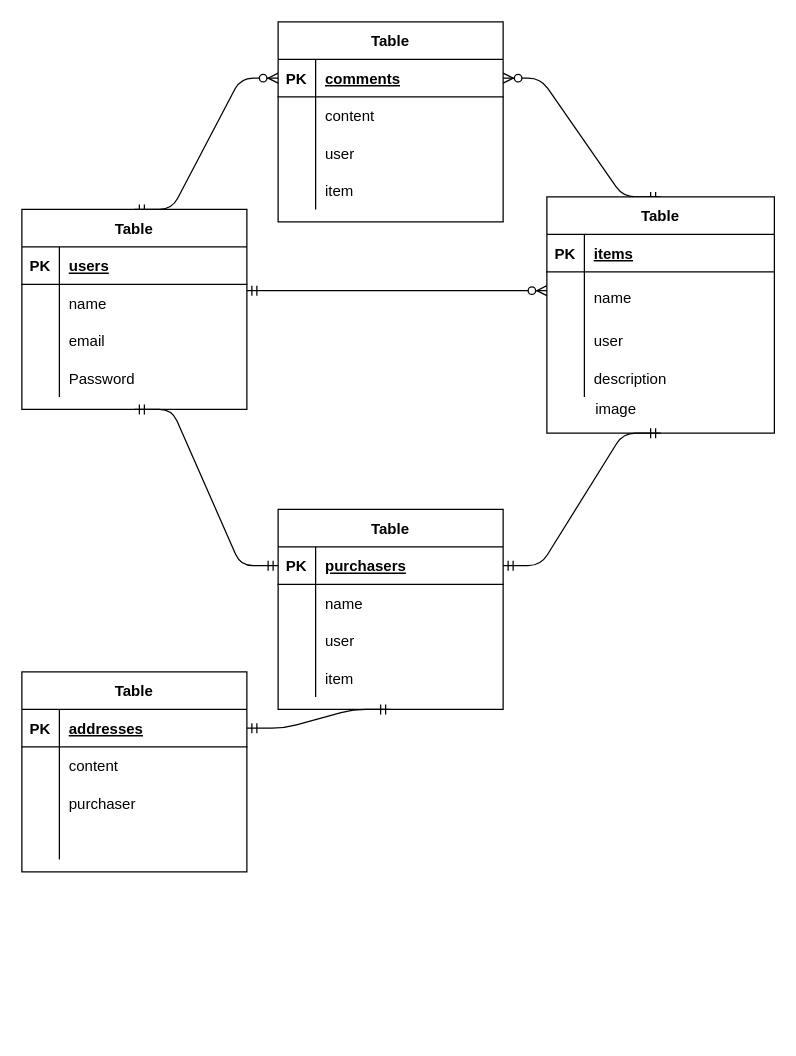
Rick0317/furima-36668 keeps this draw.io diagram as test.drawio. Above is the earlier version. Source tidied: cells renumbered, new cells numbered last; positions are measured from the earlier drawing's top-left corner, leaving out a move shared by most shapes. Both pictures are drawn from the tidied source at 125%, with x=0, y=0 at pixel (21, 21).
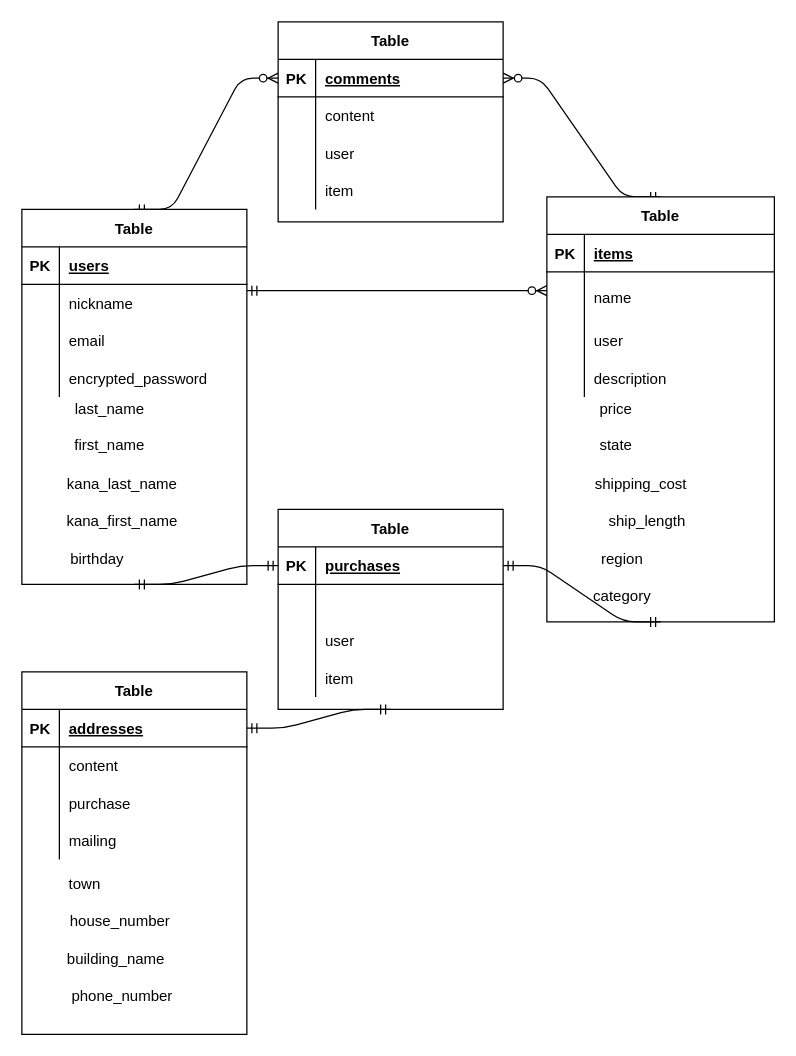
The same diagram, later.

The change refers to these unchanged cells:
```xml
<mxCell id="12" style="shape=partialRectangle;fillColor=none;top=0;left=0;bottom=0;right=0;" parent="8" vertex="1">
  <mxGeometry y="60" width="180" height="30" as="geometry" />
</mxCell>
<mxCell id="18" style="shape=partialRectangle;fillColor=none;top=0;left=0;bottom=0;right=0;" parent="8" vertex="1">
  <mxGeometry y="120" width="180" height="30" as="geometry" />
</mxCell>
<mxCell id="48" style="shape=partialRectangle;fillColor=none;top=0;left=0;bottom=1;right=0;points=[[0,0.5],[1,0.5]];portConstraint=eastwest;" parent="47" vertex="1">
  <mxGeometry y="30" width="180" height="30" as="geometry" />
</mxCell>
<mxCell id="51" style="shape=partialRectangle;fillColor=none;top=0;left=0;bottom=0;right=0;" parent="47" vertex="1">
  <mxGeometry y="60" width="180" height="30" as="geometry" />
</mxCell>
<mxCell id="67" style="shape=partialRectangle;fillColor=none;top=0;left=0;bottom=0;right=0;" parent="60" vertex="1">
  <mxGeometry y="90" width="180" height="30" as="geometry" />
</mxCell>
<mxCell id="70" style="shape=partialRectangle;fillColor=none;top=0;left=0;bottom=0;right=0;" parent="60" vertex="1">
  <mxGeometry y="120" width="180" height="30" as="geometry" />
</mxCell>
```

Change to the diagram source:
```diff
@@
     <mxCell id="8" value="Table" style="shape=table;startSize=30;childLayout=tableLayout;rowLines=0;fontStyle=1;align=center;" parent="1" vertex="1">
-      <mxGeometry y="150" width="180" height="160" as="geometry" />
+      <mxGeometry y="150" width="180" height="300" as="geometry" />
     </mxCell>
@@
-    <mxCell id="14" value="name" style="shape=partialRectangle;fillColor=none;top=0;left=0;bottom=0;right=0;align=left;spacingLeft=6;overflow=hidden;" parent="12" vertex="1">
+    <mxCell id="14" value="nickname" style="shape=partialRectangle;fillColor=none;top=0;left=0;bottom=0;right=0;align=left;spacingLeft=6;overflow=hidden;" parent="12" vertex="1">
       <mxGeometry x="30" width="150" height="30" as="geometry" />
     </mxCell>
@@
-    <mxCell id="20" value="Password" style="shape=partialRectangle;fillColor=none;top=0;left=0;bottom=0;right=0;align=left;spacingLeft=6;overflow=hidden;" parent="18" vertex="1">
+    <mxCell id="20" value="encrypted_password" style="shape=partialRectangle;fillColor=none;top=0;left=0;bottom=0;right=0;align=left;spacingLeft=6;overflow=hidden;" parent="18" vertex="1">
       <mxGeometry x="30" width="150" height="30" as="geometry" />
     </mxCell>
@@
     <mxCell id="34" value="Table" style="shape=table;startSize=30;childLayout=tableLayout;rowLines=0;fontStyle=1;align=center;" parent="1" vertex="1">
-      <mxGeometry x="420" y="140" width="182" height="189" as="geometry" />
+      <mxGeometry x="420" y="140" width="182" height="340" as="geometry" />
     </mxCell>
@@
-    <mxCell id="50" value="purchasers" style="shape=partialRectangle;fillColor=none;top=0;left=0;bottom=0;right=0;align=left;spacingLeft=6;fontStyle=5;overflow=hidden;" parent="48" vertex="1">
+    <mxCell id="50" value="purchases" style="shape=partialRectangle;fillColor=none;top=0;left=0;bottom=0;right=0;align=left;spacingLeft=6;fontStyle=5;overflow=hidden;" parent="48" vertex="1">
       <mxGeometry x="30" width="150" height="30" as="geometry" />
     </mxCell>
@@
-    <mxCell id="53" value="name" style="shape=partialRectangle;fillColor=none;top=0;left=0;bottom=0;right=0;align=left;spacingLeft=6;overflow=hidden;" parent="51" vertex="1">
+    <mxCell id="53" style="shape=partialRectangle;fillColor=none;top=0;left=0;bottom=0;right=0;align=left;spacingLeft=6;overflow=hidden;" parent="51" vertex="1">
       <mxGeometry x="30" width="150" height="30" as="geometry" />
     </mxCell>
@@
     <mxCell id="60" value="Table" style="shape=table;startSize=30;childLayout=tableLayout;rowLines=0;fontStyle=1;align=center;" parent="1" vertex="1">
-      <mxGeometry y="520" width="180" height="160" as="geometry" />
+      <mxGeometry y="520" width="180" height="290" as="geometry" />
     </mxCell>
@@
-    <mxCell id="69" value="purchaser" style="shape=partialRectangle;fillColor=none;top=0;left=0;bottom=0;right=0;align=left;spacingLeft=6;overflow=hidden;" parent="67" vertex="1">
+    <mxCell id="69" value="purchase" style="shape=partialRectangle;fillColor=none;top=0;left=0;bottom=0;right=0;align=left;spacingLeft=6;overflow=hidden;" parent="67" vertex="1">
       <mxGeometry x="30" width="150" height="30" as="geometry" />
     </mxCell>
@@
-    <mxCell id="72" style="shape=partialRectangle;fillColor=none;top=0;left=0;bottom=0;right=0;align=left;spacingLeft=6;overflow=hidden;" parent="70" vertex="1">
+    <mxCell id="72" value="mailing" style="shape=partialRectangle;fillColor=none;top=0;left=0;bottom=0;right=0;align=left;spacingLeft=6;overflow=hidden;" parent="70" vertex="1">
       <mxGeometry x="30" width="150" height="30" as="geometry" />
     </mxCell>
-    <mxCell id="73" value="image" style="text;html=1;align=center;verticalAlign=middle;fillColor=none;strokeColor=none;rounded=0;" parent="1" vertex="1">
-      <mxGeometry x="450" y="300" width="50" height="20" as="geometry" />
+    <mxCell id="73" value="price" style="text;html=1;align=center;verticalAlign=middle;fillColor=none;strokeColor=none;rounded=0;" parent="1" vertex="1">
+      <mxGeometry x="455" y="300" width="40" height="20" as="geometry" />
     </mxCell>
+    <mxCell id="74" value="last_name" style="text;html=1;align=center;verticalAlign=middle;fillColor=none;strokeColor=none;rounded=0;" parent="1" vertex="1">
+      <mxGeometry x="35" y="300" width="70" height="20" as="geometry" />
+    </mxCell>
+    <mxCell id="75" value="first_name" style="text;html=1;align=center;verticalAlign=middle;fillColor=none;strokeColor=none;rounded=0;" parent="1" vertex="1">
+      <mxGeometry x="35" y="329" width="70" height="20" as="geometry" />
+    </mxCell>
+    <mxCell id="76" value="town" style="text;html=1;align=center;verticalAlign=middle;strokeColor=none;" parent="1" vertex="1">
+      <mxGeometry x="30" y="680" width="40" height="20" as="geometry" />
+    </mxCell>
+    <mxCell id="77" value="house_number&amp;nbsp;" style="text;html=1;align=center;verticalAlign=middle;fillColor=none;strokeColor=none;rounded=0;" parent="1" vertex="1">
+      <mxGeometry x="30" y="710" width="100" height="20" as="geometry" />
+    </mxCell>
+    <mxCell id="78" value="building_name" style="text;html=1;align=center;verticalAlign=middle;strokeColor=none;" parent="1" vertex="1">
+      <mxGeometry x="30" y="740" width="90" height="20" as="geometry" />
+    </mxCell>
+    <mxCell id="79" value="phone_number" style="text;html=1;align=center;verticalAlign=middle;fillColor=none;strokeColor=none;rounded=0;" parent="1" vertex="1">
+      <mxGeometry x="30" y="770" width="100" height="20" as="geometry" />
+    </mxCell>
+    <mxCell id="80" value="kana_last_name" style="text;html=1;align=center;verticalAlign=middle;fillColor=none;strokeColor=none;rounded=0;" parent="1" vertex="1">
+      <mxGeometry x="30" y="360" width="100" height="20" as="geometry" />
+    </mxCell>
+    <mxCell id="81" value="kana_first_name" style="text;html=1;align=center;verticalAlign=middle;fillColor=none;strokeColor=none;rounded=0;" parent="1" vertex="1">
+      <mxGeometry x="30" y="390" width="100" height="20" as="geometry" />
+    </mxCell>
+    <mxCell id="82" value="birthday" style="text;html=1;align=center;verticalAlign=middle;fillColor=none;strokeColor=none;rounded=0;" parent="1" vertex="1">
+      <mxGeometry x="30" y="420" width="60" height="20" as="geometry" />
+    </mxCell>
+    <mxCell id="83" value="state" style="text;html=1;align=center;verticalAlign=middle;fillColor=none;strokeColor=none;rounded=0;" parent="1" vertex="1">
+      <mxGeometry x="455" y="329" width="40" height="20" as="geometry" />
+    </mxCell>
+    <mxCell id="84" value="shipping_cost" style="text;html=1;align=center;verticalAlign=middle;fillColor=none;strokeColor=none;rounded=0;" parent="1" vertex="1">
+      <mxGeometry x="450" y="360" width="90" height="20" as="geometry" />
+    </mxCell>
+    <mxCell id="85" value="ship_length" style="text;html=1;align=center;verticalAlign=middle;fillColor=none;strokeColor=none;rounded=0;" parent="1" vertex="1">
+      <mxGeometry x="460" y="390" width="80" height="20" as="geometry" />
+    </mxCell>
+    <mxCell id="86" value="region" style="text;html=1;align=center;verticalAlign=middle;strokeColor=none;" parent="1" vertex="1">
+      <mxGeometry x="455" y="420" width="50" height="20" as="geometry" />
+    </mxCell>
+    <mxCell id="87" value="category" style="text;html=1;align=center;verticalAlign=middle;strokeColor=none;" parent="1" vertex="1">
+      <mxGeometry x="450" y="450" width="60" height="20" as="geometry" />
+    </mxCell>
```
